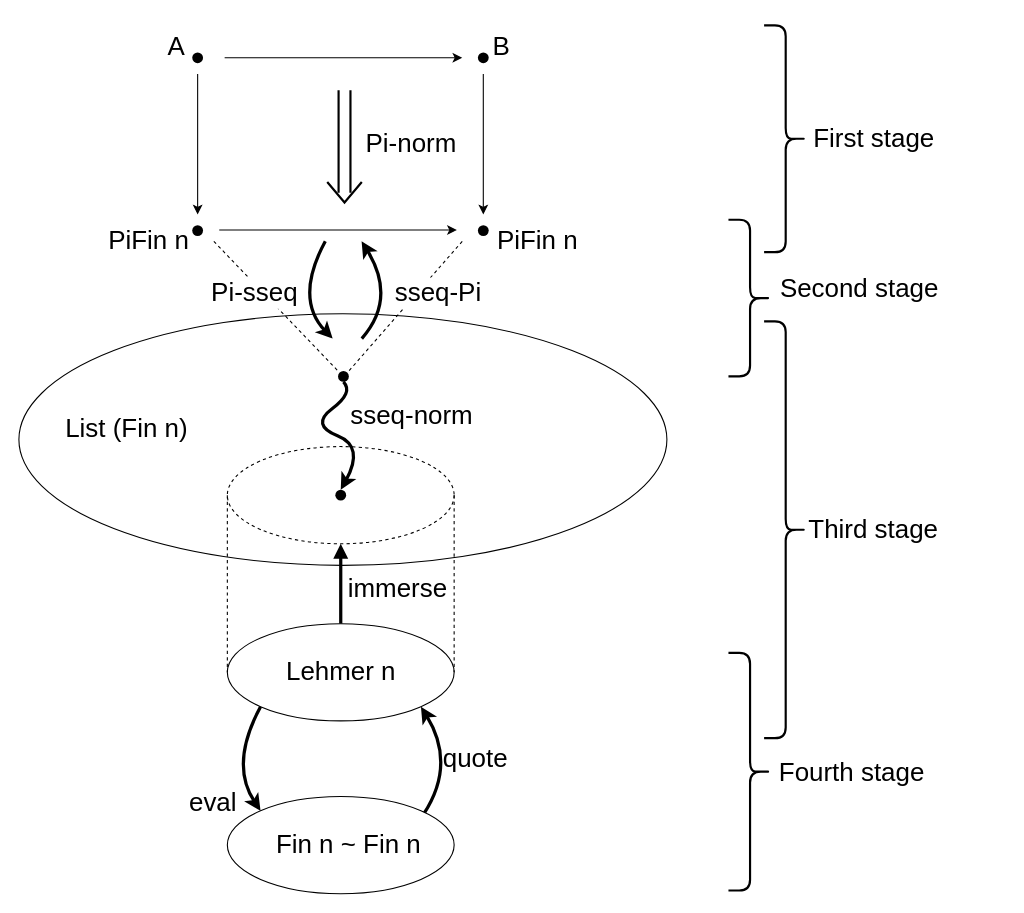
This is outline.drawio from inexxt/GTAP2019, a draw.io file, before an edit. Source tidied: cells renumbered, new cells numbered last; positions are measured from the earlier drawing's top-left corner, leaving out a move shared by most shapes. Both pictures are drawn from the tidied source at 108%, with x=0, y=0 at pixel (18, 25).
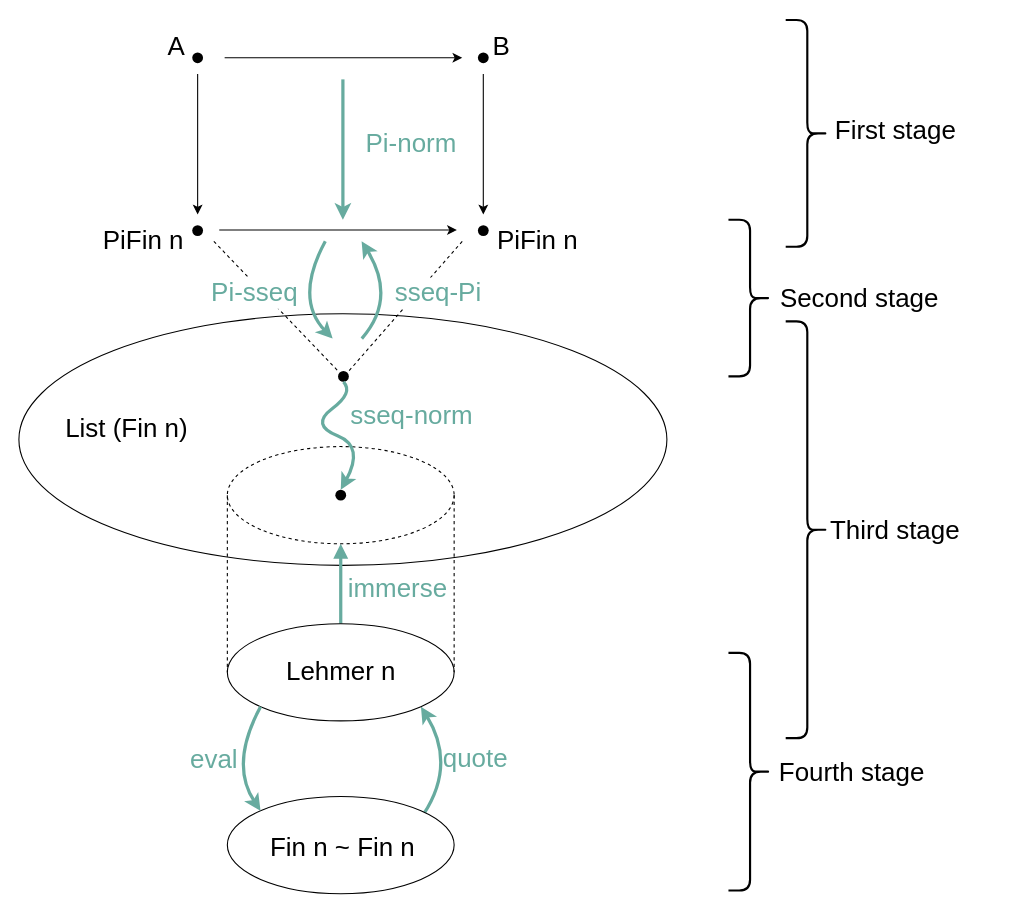
After the change.

Unchanged cells that the change refers to:
```xml
<mxCell id="5" style="ellipse;whiteSpace=wrap;html=1;" parent="1" vertex="1">
  <mxGeometry x="193" y="554" width="210" height="90" as="geometry" />
</mxCell>
<mxCell id="6" style="ellipse;whiteSpace=wrap;html=1;dashed=1;" parent="1" vertex="1">
  <mxGeometry x="193" y="390" width="210" height="90" as="geometry" />
</mxCell>
<mxCell id="12" style="ellipse;whiteSpace=wrap;html=1;" parent="1" vertex="1">
  <mxGeometry x="193" y="714" width="210" height="90" as="geometry" />
</mxCell>
<mxCell id="28" style="shape=ellipse;fillColor=#000000;strokeColor=none;html=1;fontSize=16;" parent="1" vertex="1">
  <mxGeometry x="295.5" y="320" width="10" height="10" as="geometry" />
</mxCell>
<mxCell id="39" style="shape=ellipse;fillColor=#000000;strokeColor=none;html=1;fontSize=16;" parent="1" vertex="1">
  <mxGeometry x="293" y="430" width="10" height="10" as="geometry" />
</mxCell>
```

Diff of the diagram source:
```diff
@@
-    <mxCell id="2" style="endArrow=classic;html=1;fillColor=#ffffff;fontSize=16;entryX=1;entryY=1;entryDx=0;entryDy=0;exitX=1;exitY=1;exitDx=0;exitDy=0;curved=1;strokeWidth=3;" parent="1" edge="1" target="5">
+    <mxCell id="2" style="endArrow=classic;html=1;fillColor=#ffffff;fontSize=16;entryX=1;entryY=1;entryDx=0;entryDy=0;exitX=1;exitY=1;exitDx=0;exitDy=0;curved=1;strokeWidth=3;fontColor=#67AB9F;strokeColor=#67AB9F;" parent="1" edge="1" target="5">
       <mxGeometry relative="1" as="geometry">
         <mxPoint x="374.8" y="730.2" as="sourcePoint" />
         <Array as="points">
           <mxPoint x="405" y="684" />
         </Array>
       </mxGeometry>
     </mxCell>
@@
-    <mxCell id="4" style="edgeStyle=orthogonalEdgeStyle;rounded=1;jettySize=auto;html=1;exitX=0.5;exitY=1;exitDx=0;exitDy=0;entryX=0.5;entryY=0;entryDx=0;entryDy=0;startArrow=block;endArrow=none;endFill=0;strokeWidth=3;fillColor=#ffffff;fontSize=16;" parent="1" edge="1" source="6" target="5">
+    <mxCell id="4" style="edgeStyle=orthogonalEdgeStyle;rounded=1;jettySize=auto;html=1;exitX=0.5;exitY=1;exitDx=0;exitDy=0;entryX=0.5;entryY=0;entryDx=0;entryDy=0;startArrow=block;endArrow=none;endFill=0;strokeWidth=3;fillColor=#ffffff;fontSize=16;fontColor=#67AB9F;strokeColor=#67AB9F;" parent="1" edge="1" source="6" target="5">
       <mxGeometry relative="1" as="geometry" />
     </mxCell>
@@
-    <mxCell id="9" value="&lt;font style=&quot;font-size: 24px;&quot;&gt;immerse&lt;/font&gt;" style="text;html=1;strokeColor=none;fillColor=none;align=center;verticalAlign=middle;whiteSpace=wrap;rounded=0;perimeterSpacing=0;fontSize=24;" parent="1" vertex="1">
+    <mxCell id="9" value="&lt;font style=&quot;font-size: 24px;&quot;&gt;immerse&lt;/font&gt;" style="text;html=1;strokeColor=none;fillColor=none;align=center;verticalAlign=middle;whiteSpace=wrap;rounded=0;perimeterSpacing=0;fontSize=24;fontColor=#67AB9F;" parent="1" vertex="1">
       <mxGeometry x="315.5" y="510" width="70" height="24" as="geometry" />
     </mxCell>
@@
     <mxCell id="13" value="Fin n ~ Fin n" style="text;html=1;strokeColor=none;fillColor=none;align=center;verticalAlign=middle;whiteSpace=wrap;rounded=0;fontSize=24;" parent="1" vertex="1">
-      <mxGeometry x="222.5" y="746.5" width="165" height="25" as="geometry" />
+      <mxGeometry x="206" y="749" width="188" height="25" as="geometry" />
     </mxCell>
-    <mxCell id="14" style="endArrow=classic;html=1;fillColor=#ffffff;fontSize=16;entryX=0;entryY=0;entryDx=0;entryDy=0;exitX=0;exitY=1;exitDx=0;exitDy=0;curved=1;strokeWidth=3;" parent="1" edge="1" source="5" target="12">
+    <mxCell id="14" style="endArrow=classic;html=1;fillColor=#ffffff;fontSize=16;entryX=0;entryY=0;entryDx=0;entryDy=0;exitX=0;exitY=1;exitDx=0;exitDy=0;curved=1;strokeWidth=3;fontColor=#67AB9F;strokeColor=#67AB9F;" parent="1" edge="1" source="5" target="12">
       <mxGeometry relative="1" as="geometry">
         <Array as="points">
           <mxPoint x="195" y="684" />
         </Array>
       </mxGeometry>
     </mxCell>
-    <mxCell id="15" value="&lt;font style=&quot;font-size: 24px;&quot;&gt;quote&lt;br style=&quot;font-size: 24px;&quot;&gt;&lt;/font&gt;" style="text;html=1;strokeColor=none;fillColor=none;align=center;verticalAlign=middle;whiteSpace=wrap;rounded=0;perimeterSpacing=0;fontSize=24;" parent="1" vertex="1">
+    <mxCell id="15" value="&lt;font style=&quot;font-size: 24px;&quot;&gt;quote&lt;br style=&quot;font-size: 24px;&quot;&gt;&lt;/font&gt;" style="text;html=1;strokeColor=none;fillColor=none;align=center;verticalAlign=middle;whiteSpace=wrap;rounded=0;perimeterSpacing=0;fontSize=24;fontColor=#67AB9F;" parent="1" vertex="1">
       <mxGeometry x="387.5" y="667" width="70" height="24" as="geometry" />
     </mxCell>
-    <mxCell id="16" value="&lt;font style=&quot;font-size: 24px;&quot;&gt;eval&lt;br style=&quot;font-size: 24px;&quot;&gt;&lt;/font&gt;" style="text;html=1;strokeColor=none;fillColor=none;align=center;verticalAlign=middle;whiteSpace=wrap;rounded=0;perimeterSpacing=0;fontSize=24;" parent="1" vertex="1">
-      <mxGeometry x="145" y="708" width="70" height="24" as="geometry" />
+    <mxCell id="16" value="&lt;font style=&quot;font-size: 24px;&quot;&gt;eval&lt;br style=&quot;font-size: 24px;&quot;&gt;&lt;/font&gt;" style="text;html=1;strokeColor=none;fillColor=none;align=center;verticalAlign=middle;whiteSpace=wrap;rounded=0;perimeterSpacing=0;fontSize=24;fontColor=#67AB9F;" parent="1" vertex="1">
+      <mxGeometry x="145.5" y="667.5" width="70" height="24" as="geometry" />
     </mxCell>
@@
-    <mxCell id="23" style="html=1;verticalLabelPosition=bottom;labelBackgroundColor=#ffffff;verticalAlign=top;shadow=0;dashed=0;strokeWidth=2;shape=mxgraph.ios7.misc.left;strokeColor=#000000;fillColor=#000000;fontSize=16;direction=north;" parent="1" vertex="1">
-      <mxGeometry x="285.5" y="145" width="32" height="19" as="geometry" />
-    </mxCell>
-    <mxCell id="24" style="endArrow=classic;html=1;strokeWidth=2;fillColor=#ffffff;fontSize=16;shape=link;width=10;" parent="1" edge="1">
-      <mxGeometry relative="1" as="geometry">
-        <mxPoint x="301.5" y="60" as="sourcePoint" />
-        <mxPoint x="301.5" y="155" as="targetPoint" />
-        <Array as="points">
-          <mxPoint x="301.5" y="115" />
-        </Array>
-      </mxGeometry>
-    </mxCell>
@@
-    <mxCell id="31" value="Pi-norm" style="text;html=1;strokeColor=none;fillColor=none;align=center;verticalAlign=middle;whiteSpace=wrap;rounded=0;fontSize=24;" parent="1" vertex="1">
+    <mxCell id="31" value="Pi-norm" style="text;html=1;strokeColor=none;fillColor=none;align=center;verticalAlign=middle;whiteSpace=wrap;rounded=0;fontSize=24;fontColor=#67AB9F;" parent="1" vertex="1">
       <mxGeometry x="230.5" y="100" width="265" height="20" as="geometry" />
     </mxCell>
@@
-    <mxCell id="33" style="endArrow=classic;html=1;fillColor=#ffffff;fontSize=16;entryX=1;entryY=1;entryDx=0;entryDy=0;curved=1;strokeWidth=3;" parent="1" edge="1">
+    <mxCell id="33" style="endArrow=classic;html=1;fillColor=#ffffff;fontSize=16;entryX=1;entryY=1;entryDx=0;entryDy=0;curved=1;strokeWidth=3;fontColor=#67AB9F;strokeColor=#67AB9F;" parent="1" edge="1">
       <mxGeometry relative="1" as="geometry">
         <mxPoint x="317.5" y="290" as="sourcePoint" />
         <mxPoint x="317.3" y="199.8" as="targetPoint" />
         <Array as="points">
           <mxPoint x="350" y="253" />
         </Array>
       </mxGeometry>
     </mxCell>
-    <mxCell id="34" style="endArrow=classic;html=1;fillColor=#ffffff;fontSize=16;exitX=0;exitY=1;exitDx=0;exitDy=0;curved=1;strokeWidth=3;" parent="1" edge="1">
+    <mxCell id="34" style="endArrow=classic;html=1;fillColor=#ffffff;fontSize=16;exitX=0;exitY=1;exitDx=0;exitDy=0;curved=1;strokeWidth=3;fontColor=#67AB9F;strokeColor=#67AB9F;" parent="1" edge="1">
       <mxGeometry relative="1" as="geometry">
         <mxPoint x="283.7" y="199.8" as="sourcePoint" />
         <mxPoint x="290.5" y="290" as="targetPoint" />
         <Array as="points">
           <mxPoint x="255" y="253" />
         </Array>
       </mxGeometry>
     </mxCell>
-    <mxCell id="35" value="&lt;font style=&quot;font-size: 24px&quot;&gt;Pi-sseq&lt;br style=&quot;font-size: 24px&quot;&gt;&lt;/font&gt;" style="text;html=1;strokeColor=none;fillColor=none;align=center;verticalAlign=middle;whiteSpace=wrap;rounded=0;perimeterSpacing=0;fontSize=24;labelBackgroundColor=#ffffff;" parent="1" vertex="1">
+    <mxCell id="35" value="&lt;font style=&quot;font-size: 24px&quot;&gt;Pi-sseq&lt;br style=&quot;font-size: 24px&quot;&gt;&lt;/font&gt;" style="text;html=1;strokeColor=none;fillColor=none;align=center;verticalAlign=middle;whiteSpace=wrap;rounded=0;perimeterSpacing=0;fontSize=24;labelBackgroundColor=#ffffff;fontColor=#67AB9F;" parent="1" vertex="1">
       <mxGeometry x="170.5" y="236" width="95" height="24" as="geometry" />
     </mxCell>
-    <mxCell id="36" value="&lt;font style=&quot;font-size: 24px&quot;&gt;sseq-Pi&lt;br style=&quot;font-size: 24px&quot;&gt;&lt;/font&gt;" style="text;html=1;strokeColor=none;fillColor=none;align=center;verticalAlign=middle;whiteSpace=wrap;rounded=0;perimeterSpacing=0;fontSize=24;labelBackgroundColor=#ffffff;" parent="1" vertex="1">
+    <mxCell id="36" value="&lt;font style=&quot;font-size: 24px&quot;&gt;sseq-Pi&lt;br style=&quot;font-size: 24px&quot;&gt;&lt;/font&gt;" style="text;html=1;strokeColor=none;fillColor=none;align=center;verticalAlign=middle;whiteSpace=wrap;rounded=0;perimeterSpacing=0;fontSize=24;labelBackgroundColor=#ffffff;fontColor=#67AB9F;" parent="1" vertex="1">
       <mxGeometry x="340.5" y="236" width="95" height="24" as="geometry" />
     </mxCell>
@@
     <mxCell id="38" value="PiFin n" style="text;html=1;strokeColor=none;fillColor=none;align=center;verticalAlign=middle;whiteSpace=wrap;rounded=0;fontSize=24;" parent="1" vertex="1">
-      <mxGeometry x="74.5" y="190" width="91" height="20" as="geometry" />
+      <mxGeometry x="69.5" y="190" width="91" height="20" as="geometry" />
     </mxCell>
@@
-    <mxCell id="40" style="endArrow=classic;html=1;strokeColor=#000000;strokeWidth=3;fillColor=#ffffff;fontSize=24;curved=1;entryX=0.5;entryY=0;entryDx=0;entryDy=0;exitX=0.5;exitY=1;exitDx=0;exitDy=0;" parent="1" edge="1" source="28" target="39">
+    <mxCell id="40" style="endArrow=classic;html=1;strokeColor=#67AB9F;strokeWidth=3;fillColor=#ffffff;fontSize=24;curved=1;entryX=0.5;entryY=0;entryDx=0;entryDy=0;exitX=0.5;exitY=1;exitDx=0;exitDy=0;fontColor=#67AB9F;" parent="1" edge="1" source="28" target="39">
       <mxGeometry relative="1" as="geometry">
         <Array as="points">
           <mxPoint x="310" y="340" />
           <mxPoint x="270" y="370" />
           <mxPoint x="320" y="390" />
         </Array>
       </mxGeometry>
     </mxCell>
-    <mxCell id="41" value="&lt;font style=&quot;font-size: 24px&quot;&gt;sseq-norm&lt;br style=&quot;font-size: 24px&quot;&gt;&lt;/font&gt;" style="text;html=1;strokeColor=none;fillColor=none;align=center;verticalAlign=middle;whiteSpace=wrap;rounded=0;perimeterSpacing=0;fontSize=24;labelBackgroundColor=#ffffff;" parent="1" vertex="1">
+    <mxCell id="41" value="&lt;font style=&quot;font-size: 24px&quot;&gt;sseq-norm&lt;br style=&quot;font-size: 24px&quot;&gt;&lt;/font&gt;" style="text;html=1;strokeColor=none;fillColor=none;align=center;verticalAlign=middle;whiteSpace=wrap;rounded=0;perimeterSpacing=0;fontSize=24;labelBackgroundColor=#ffffff;fontColor=#67AB9F;" parent="1" vertex="1">
       <mxGeometry x="300" y="350" width="128" height="24" as="geometry" />
     </mxCell>
     <mxCell id="42" style="shape=curlyBracket;whiteSpace=wrap;html=1;rounded=1;labelBackgroundColor=#ffffff;strokeColor=#000000;strokeWidth=2;fillColor=#000000;fontSize=24;direction=west;" parent="1" vertex="1">
-      <mxGeometry x="690" width="40" height="210" as="geometry" />
+      <mxGeometry x="710" y="-5" width="40" height="210" as="geometry" />
     </mxCell>
@@
     <mxCell id="44" style="shape=curlyBracket;whiteSpace=wrap;html=1;rounded=1;labelBackgroundColor=#ffffff;strokeColor=#000000;strokeWidth=2;fillColor=#000000;fontSize=24;direction=west;" parent="1" vertex="1">
-      <mxGeometry x="690" y="274" width="40" height="386" as="geometry" />
+      <mxGeometry x="710" y="274" width="40" height="386" as="geometry" />
     </mxCell>
@@
     <mxCell id="46" value="First stage" style="text;html=1;strokeColor=none;fillColor=none;align=center;verticalAlign=middle;whiteSpace=wrap;rounded=0;fontSize=24;" parent="1" vertex="1">
-      <mxGeometry x="721.5" y="92.5" width="140" height="25" as="geometry" />
+      <mxGeometry x="741.5" y="85" width="140" height="25" as="geometry" />
     </mxCell>
     <mxCell id="47" value="Second stage" style="text;html=1;strokeColor=none;fillColor=none;align=center;verticalAlign=middle;whiteSpace=wrap;rounded=0;fontSize=24;" parent="1" vertex="1">
-      <mxGeometry x="677" y="231.5" width="203" height="25" as="geometry" />
+      <mxGeometry x="677" y="240" width="203" height="25" as="geometry" />
     </mxCell>
     <mxCell id="48" value="Third stage" style="text;html=1;strokeColor=none;fillColor=none;align=center;verticalAlign=middle;whiteSpace=wrap;rounded=0;fontSize=24;" parent="1" vertex="1">
-      <mxGeometry x="690" y="454.5" width="203" height="25" as="geometry" />
+      <mxGeometry x="710" y="455.5" width="203" height="25" as="geometry" />
     </mxCell>
@@
+    <mxCell id="51" style="endArrow=classic;html=1;strokeColor=#67AB9F;strokeWidth=3;fillColor=#ffffff;fontSize=24;fontColor=#67AB9F;" parent="1" edge="1">
+      <mxGeometry relative="1" as="geometry">
+        <mxPoint x="300" y="50" as="sourcePoint" />
+        <mxPoint x="300" y="180" as="targetPoint" />
+      </mxGeometry>
+    </mxCell>
```
